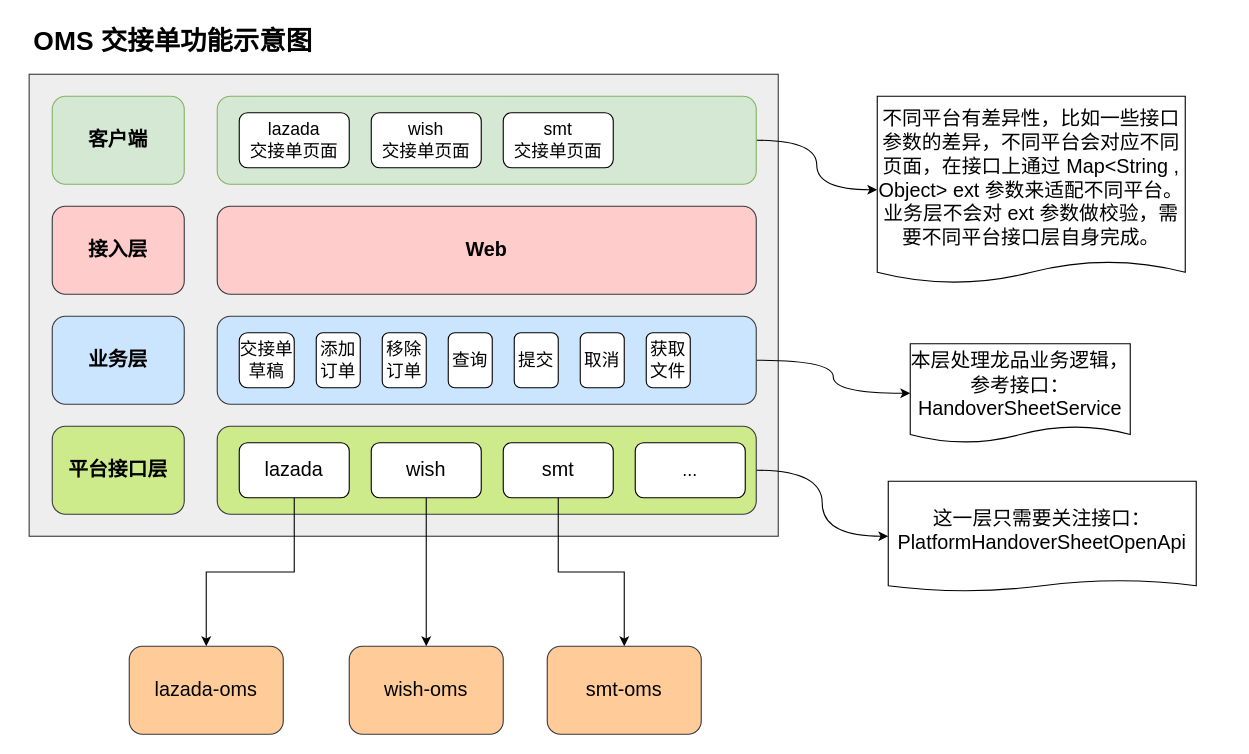
Before: longpean/OMS-交接单-架构.drawio in GitHeP/diagrams, a draw.io diagram. Source tidied: cells renumbered, new cells numbered last; positions are measured from the earlier drawing's top-left corner, leaving out a move shared by most shapes. Both pictures are drawn from the tidied source at 110%, with x=0, y=0 at pixel (19, 19).
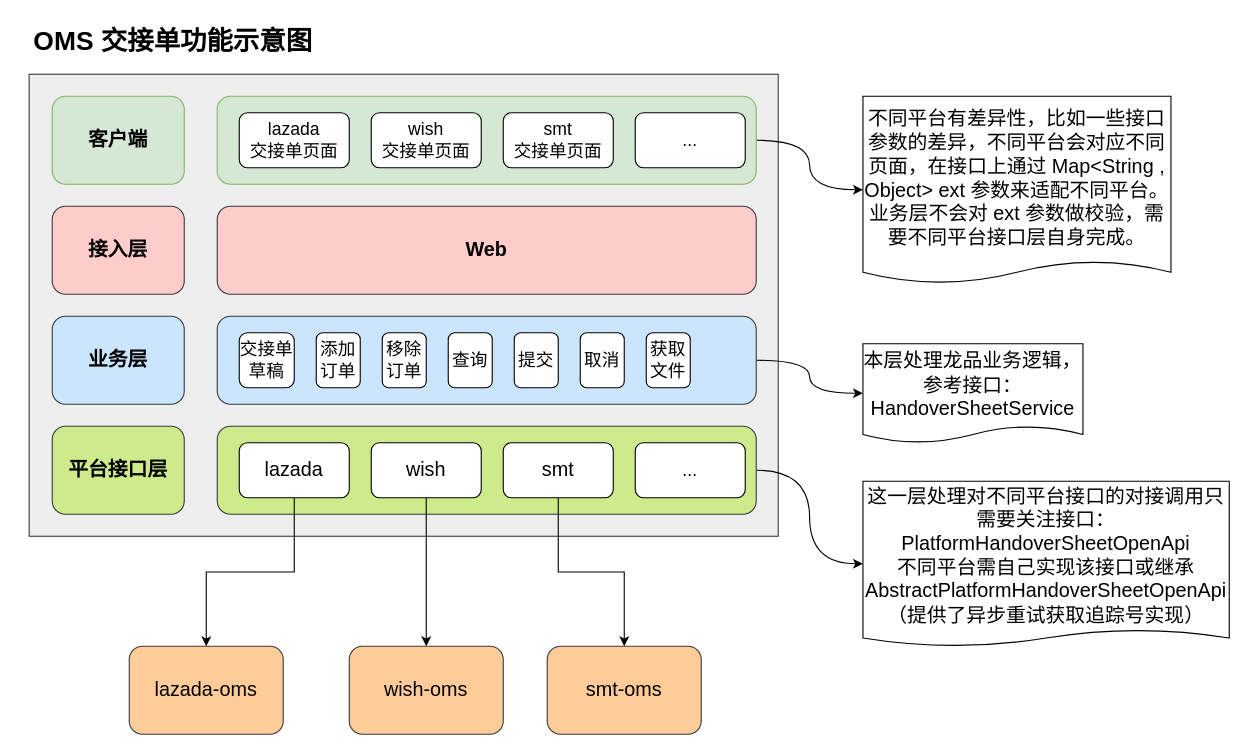
Above is the later version.

Commit message:
更新OMS-交接单-架构.drawio

What changed in the source:
```diff
@@
-    <mxCell id="34" value="&lt;font style=&quot;font-size: 18px;&quot;&gt;这一层只需要关注接口：&lt;br&gt;PlatformHandoverSheetOpenApi&lt;/font&gt;" style="shape=document;whiteSpace=wrap;html=1;boundedLbl=1;rounded=1;size=0.1;" parent="1" vertex="1">
-      <mxGeometry x="790" y="420" width="280" height="100" as="geometry" />
+    <mxCell id="34" value="&lt;font style=&quot;font-size: 18px;&quot;&gt;这一层处理对不同平台接口的对接调用只需要关注接口：&lt;br&gt;PlatformHandoverSheetOpenApi&lt;br&gt;不同平台需自己实现该接口或继承AbstractPlatformHandoverSheetOpenApi （提供了异步重试获取追踪号实现）&lt;/font&gt;" style="shape=document;whiteSpace=wrap;html=1;boundedLbl=1;rounded=1;size=0.1;" parent="1" vertex="1">
+      <mxGeometry x="767" y="420" width="333" height="150" as="geometry" />
     </mxCell>
     <mxCell id="35" value="&lt;font style=&quot;font-size: 18px;&quot;&gt;本层处理龙品业务逻辑，参考接口：&lt;br&gt;HandoverSheetService&lt;/font&gt;" style="shape=document;whiteSpace=wrap;html=1;boundedLbl=1;rounded=1;size=0.16666666666666666;" parent="1" vertex="1">
-      <mxGeometry x="810" y="295" width="200" height="90" as="geometry" />
+      <mxGeometry x="767" y="295" width="200" height="90" as="geometry" />
     </mxCell>
     <mxCell id="36" value="&lt;font style=&quot;font-size: 18px;&quot;&gt;不同平台有差异性，比如一些接口参数的差异，不同平台会对应不同页面，在接口上通过 Map&amp;lt;String , Object&amp;gt; ext 参数来适配不同平台。&lt;br&gt;业务层不会对 ext 参数做校验，需要不同平台接口层自身完成。&lt;/font&gt;" style="shape=document;whiteSpace=wrap;html=1;boundedLbl=1;rounded=1;size=0.11764705882352941;" parent="1" vertex="1">
-      <mxGeometry x="780" y="70" width="280" height="170" as="geometry" />
+      <mxGeometry x="767" y="70" width="280" height="170" as="geometry" />
     </mxCell>
@@
+    <mxCell id="38" value="&lt;span style=&quot;font-size: 16px;&quot;&gt;...&lt;/span&gt;" style="rounded=1;whiteSpace=wrap;html=1;" parent="1" vertex="1">
+      <mxGeometry x="560" y="85" width="100" height="50" as="geometry" />
+    </mxCell>
```
